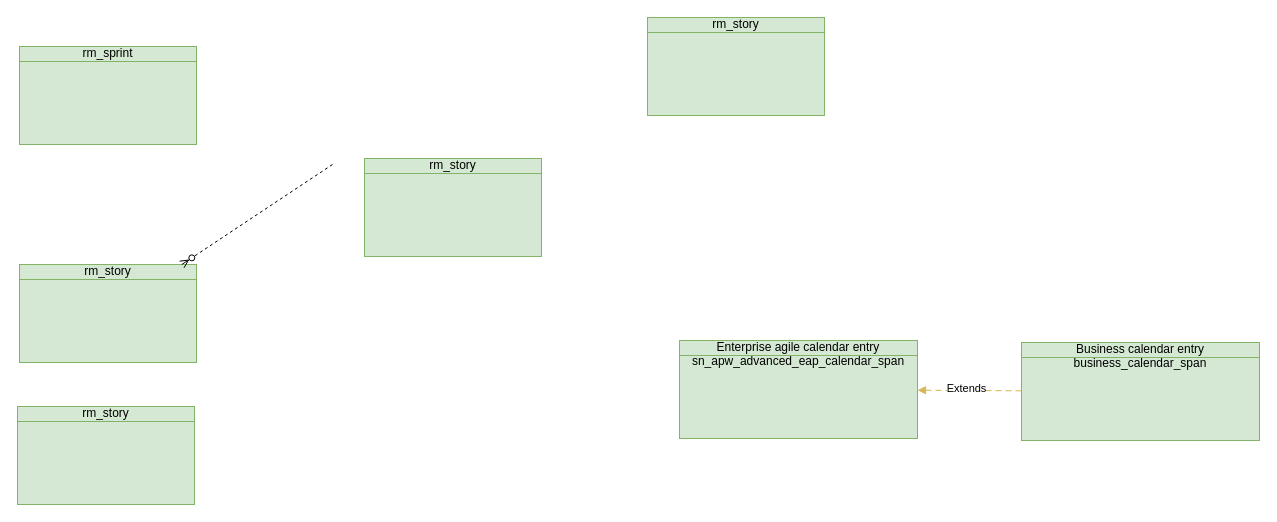
algimas/tmp keeps this draw.io diagram as BoschEAP.drawio. Above is the earlier version. Source tidied: cells renumbered, new cells numbered last; positions are measured from the earlier drawing's top-left corner, leaving out a move shared by most shapes. Both pictures are drawn from the tidied source at 100%, with x=0, y=0 at pixel (17, 17).
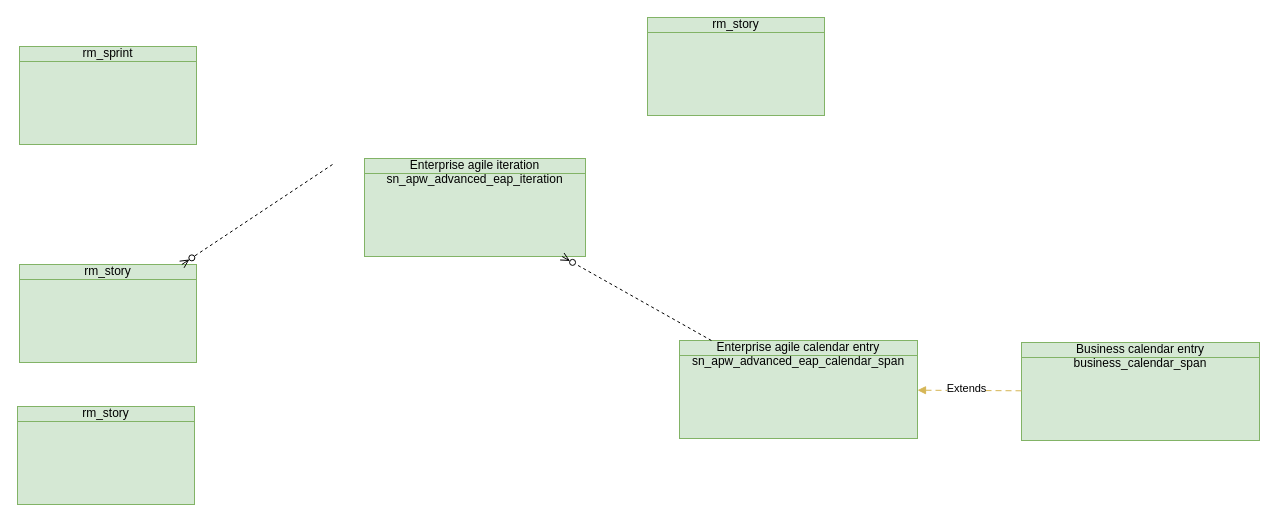
After the change.

Diff of the diagram source:
```diff
@@
 <mxGraphModel>
   <root>
     <mxCell id="0" />
     <mxCell id="1" parent="0" />
     <mxCell id="2" value="rm_sprint" style="html=1;whiteSpace=wrap;fillColor=#d5e8d4;shape=mxgraph.archimate3.businessObject;overflow=fill;strokeColor=#82b366;" parent="1" vertex="1">
       <mxGeometry x="2" y="29" width="177" height="98" as="geometry" />
     </mxCell>
     <mxCell id="3" value="rm_story" style="html=1;outlineConnect=0;whiteSpace=wrap;fillColor=#d5e8d4;shape=mxgraph.archimate3.businessObject;overflow=fill;strokeColor=#82b366;" parent="1" vertex="1">
       <mxGeometry x="2" y="247" width="177" height="98" as="geometry" />
     </mxCell>
     <mxCell id="4" style="html=1;dashed=1;labelBackgroundColor=none;startArrow=none;endArrow=ERzeroToMany;fontFamily=Verdana;fontSize=12;align=left;startFill=0;endFill=0;" parent="1" edge="1" target="3">
       <mxGeometry relative="1" as="geometry">
         <mxPoint x="315" y="147" as="sourcePoint" />
       </mxGeometry>
     </mxCell>
     <mxCell id="5" value="rm_story" style="html=1;whiteSpace=wrap;fillColor=#d5e8d4;shape=mxgraph.archimate3.businessObject;overflow=fill;strokeColor=#82b366;" parent="1" vertex="1">
       <mxGeometry y="389" width="177" height="98" as="geometry" />
     </mxCell>
-    <mxCell id="6" value="rm_story" style="html=1;outlineConnect=0;whiteSpace=wrap;fillColor=#d5e8d4;shape=mxgraph.archimate3.businessObject;overflow=fill;strokeColor=#82b366;" parent="1" vertex="1">
-      <mxGeometry x="347" y="141" width="177" height="98" as="geometry" />
+    <mxCell id="6" value="Enterprise agile iteration sn_apw_advanced_eap_iteration" style="html=1;outlineConnect=0;whiteSpace=wrap;fillColor=#d5e8d4;shape=mxgraph.archimate3.businessObject;overflow=fill;strokeColor=#82b366;" parent="1" vertex="1">
+      <mxGeometry x="347" y="141" width="221" height="98" as="geometry" />
     </mxCell>
     <mxCell id="7" value="rm_story" style="html=1;whiteSpace=wrap;fillColor=#d5e8d4;shape=mxgraph.archimate3.businessObject;overflow=fill;strokeColor=#82b366;" parent="1" vertex="1">
       <mxGeometry x="630" width="177" height="98" as="geometry" />
     </mxCell>
     <mxCell id="8" value="&lt;div&gt;Enterprise agile calendar entry&lt;/div&gt;sn_apw_advanced_eap_calendar_span" style="html=1;outlineConnect=0;whiteSpace=wrap;fillColor=#d5e8d4;shape=mxgraph.archimate3.businessObject;overflow=fill;strokeColor=#82b366;" parent="1" vertex="1">
       <mxGeometry x="662" y="323" width="238" height="98" as="geometry" />
     </mxCell>
     <mxCell id="9" value="&lt;div&gt;Business calendar entry&lt;/div&gt;business_calendar_span" style="html=1;outlineConnect=0;whiteSpace=wrap;fillColor=#d5e8d4;shape=mxgraph.archimate3.businessObject;overflow=fill;strokeColor=#82b366;" parent="1" vertex="1">
       <mxGeometry x="1004" y="325" width="238" height="98" as="geometry" />
     </mxCell>
     <mxCell id="10" style="html=1;endArrow=block;dashed=1;elbow=vertical;endFill=1;dashPattern=6 4;rounded=0;fontSize=12;fillColor=#fff2cc;strokeColor=#d6b656;" parent="1" edge="1" source="9" target="8">
       <mxGeometry relative="1" as="geometry" />
     </mxCell>
     <mxCell id="11" value="Extends" style="edgeLabel;html=1;align=center;verticalAlign=middle;" parent="10" vertex="1">
       <mxGeometry x="0.08" y="-2" relative="1" as="geometry" />
     </mxCell>
+    <mxCell id="12" style="html=1;dashed=1;labelBackgroundColor=none;startArrow=none;endArrow=ERzeroToMany;fontFamily=Verdana;fontSize=12;align=left;startFill=0;endFill=0;" parent="1" edge="1" source="8" target="6">
+      <mxGeometry relative="1" as="geometry" />
+    </mxCell>
   </root>
 </mxGraphModel>
```
